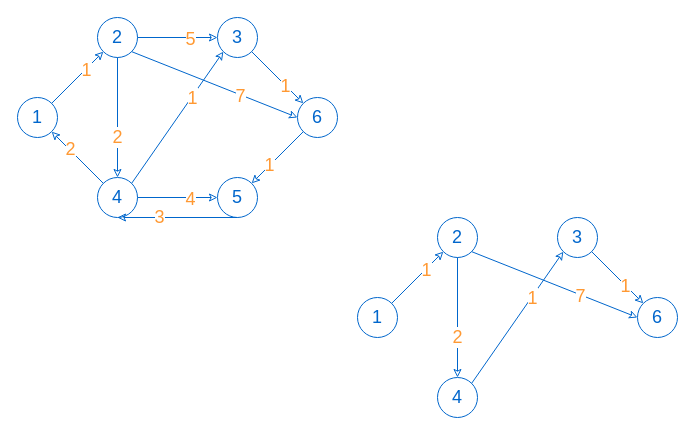
This is pictures/dijkstra.drawio from vtchitruong/vtchitruong.github.io, a draw.io file, before an edit. Source tidied: cells renumbered, new cells numbered last; positions are measured from the earlier drawing's top-left corner, leaving out a move shared by most shapes. Both pictures are drawn from the tidied source at 100%, with x=0, y=0 at pixel (17, 17).
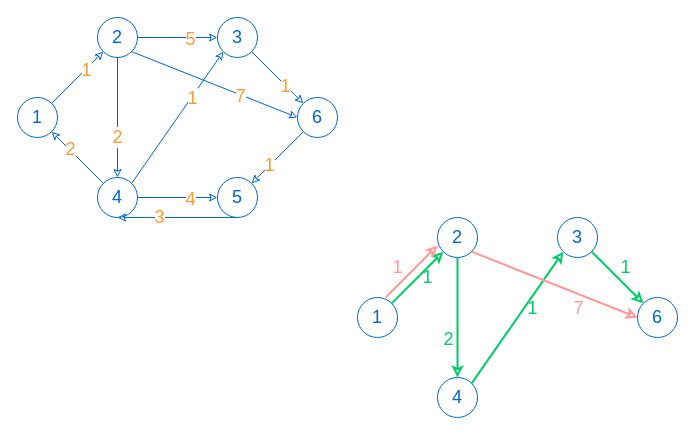
The same diagram, later.

Unchanged cells that the change refers to:
```xml
<mxCell id="28" value="1" style="ellipse;whiteSpace=wrap;html=1;fillColor=none;fontSize=18;fontFamily=Segoe UI Variable Display;fontColor=#0066CC;strokeColor=#0066CC;" parent="1" vertex="1">
  <mxGeometry x="340" y="280" width="40" height="40" as="geometry" />
</mxCell>
<mxCell id="29" value="2" style="ellipse;whiteSpace=wrap;html=1;fillColor=none;fontSize=18;fontFamily=Segoe UI Variable Display;fontColor=#0066CC;strokeColor=#0066CC;" parent="1" vertex="1">
  <mxGeometry x="420" y="200" width="40" height="40" as="geometry" />
</mxCell>
<mxCell id="30" value="3" style="ellipse;whiteSpace=wrap;html=1;fillColor=none;fontSize=18;fontFamily=Segoe UI Variable Display;fontColor=#0066CC;strokeColor=#0066CC;" parent="1" vertex="1">
  <mxGeometry x="540" y="200" width="40" height="40" as="geometry" />
</mxCell>
<mxCell id="31" value="6" style="ellipse;whiteSpace=wrap;html=1;fillColor=none;fontSize=18;fontFamily=Segoe UI Variable Display;fontColor=#0066CC;strokeColor=#0066CC;" parent="1" vertex="1">
  <mxGeometry x="620" y="280" width="40" height="40" as="geometry" />
</mxCell>
<mxCell id="32" value="4" style="ellipse;whiteSpace=wrap;html=1;fillColor=none;fontSize=18;fontFamily=Segoe UI Variable Display;fontColor=#0066CC;strokeColor=#0066CC;" parent="1" vertex="1">
  <mxGeometry x="420" y="360" width="40" height="40" as="geometry" />
</mxCell>
```

What changed in the source:
```diff
@@
-    <mxCell id="33" style="endArrow=classic;html=1;fontFamily=Segoe UI Variable Display;fontSize=18;fontColor=#0066CC;rounded=0;strokeColor=#0066CC;endFill=0;exitX=1;exitY=0;exitDx=0;exitDy=0;entryX=0;entryY=1;entryDx=0;entryDy=0;" parent="1" edge="1" source="28" target="29">
+    <mxCell id="33" style="endArrow=classic;html=1;fontFamily=Segoe UI Variable Display;fontSize=18;fontColor=#0066CC;rounded=0;strokeColor=#00CC66;endFill=0;exitX=1;exitY=0;exitDx=0;exitDy=0;entryX=0;entryY=1;entryDx=0;entryDy=0;strokeWidth=2;" parent="1" edge="1" source="28" target="29">
       <mxGeometry relative="1" as="geometry" />
     </mxCell>
-    <mxCell id="34" value="1" style="edgeLabel;html=1;align=center;verticalAlign=middle;fontSize=18;fontFamily=Segoe UI Variable Display;fontColor=#FF9933;" parent="33" vertex="1">
-      <mxGeometry x="0.31" y="-1" relative="1" as="geometry" />
+    <mxCell id="34" value="1" style="edgeLabel;html=1;align=center;verticalAlign=middle;fontSize=18;fontFamily=Segoe UI Variable Display;fontColor=#00CC66;labelBackgroundColor=none;" parent="33" vertex="1">
+      <mxGeometry x="0.31" y="-1" relative="1" as="geometry">
+        <mxPoint x="1" y="7" as="offset" />
+      </mxGeometry>
     </mxCell>
-    <mxCell id="35" style="endArrow=classic;html=1;fontFamily=Segoe UI Variable Display;fontSize=18;fontColor=#0066CC;rounded=0;strokeColor=#0066CC;endFill=0;exitX=0.5;exitY=1;exitDx=0;exitDy=0;" parent="1" edge="1" source="29" target="32">
+    <mxCell id="35" style="endArrow=classic;html=1;fontFamily=Segoe UI Variable Display;fontSize=18;fontColor=#0066CC;rounded=0;strokeColor=#00CC66;endFill=0;exitX=0.5;exitY=1;exitDx=0;exitDy=0;strokeWidth=2;" parent="1" edge="1" source="29" target="32">
       <mxGeometry relative="1" as="geometry" />
     </mxCell>
-    <mxCell id="36" value="2" style="edgeLabel;html=1;align=center;verticalAlign=middle;fontSize=18;fontFamily=Segoe UI Variable Display;fontColor=#FF9933;" parent="35" vertex="1">
-      <mxGeometry x="0.31" y="-1" relative="1" as="geometry" />
+    <mxCell id="36" value="2" style="edgeLabel;html=1;align=center;verticalAlign=middle;fontSize=18;fontFamily=Segoe UI Variable Display;fontColor=#00CC66;labelBackgroundColor=none;" parent="35" vertex="1">
+      <mxGeometry x="0.31" y="-1" relative="1" as="geometry">
+        <mxPoint x="-9" y="2" as="offset" />
+      </mxGeometry>
     </mxCell>
-    <mxCell id="37" style="endArrow=classic;html=1;fontFamily=Segoe UI Variable Display;fontSize=18;fontColor=#0066CC;rounded=0;strokeColor=#0066CC;endFill=0;exitX=1;exitY=0;exitDx=0;exitDy=0;entryX=0;entryY=1;entryDx=0;entryDy=0;" parent="1" edge="1" source="32" target="30">
+    <mxCell id="37" style="endArrow=classic;html=1;fontFamily=Segoe UI Variable Display;fontSize=18;fontColor=#0066CC;rounded=0;strokeColor=#00CC66;endFill=0;exitX=1;exitY=0;exitDx=0;exitDy=0;entryX=0;entryY=1;entryDx=0;entryDy=0;strokeWidth=2;" parent="1" edge="1" source="32" target="30">
       <mxGeometry relative="1" as="geometry" />
     </mxCell>
-    <mxCell id="38" value="1" style="edgeLabel;html=1;align=center;verticalAlign=middle;fontSize=18;fontFamily=Segoe UI Variable Display;fontColor=#FF9933;" parent="37" vertex="1">
-      <mxGeometry x="0.31" y="-1" relative="1" as="geometry" />
+    <mxCell id="38" value="1" style="edgeLabel;html=1;align=center;verticalAlign=middle;fontSize=18;fontFamily=Segoe UI Variable Display;fontColor=#00CC66;labelBackgroundColor=none;" parent="37" vertex="1">
+      <mxGeometry x="0.31" y="-1" relative="1" as="geometry">
+        <mxPoint y="10" as="offset" />
+      </mxGeometry>
     </mxCell>
-    <mxCell id="39" style="endArrow=classic;html=1;fontFamily=Segoe UI Variable Display;fontSize=18;fontColor=#0066CC;rounded=0;strokeColor=#0066CC;endFill=0;exitX=1;exitY=1;exitDx=0;exitDy=0;entryX=0;entryY=0.5;entryDx=0;entryDy=0;" parent="1" edge="1" source="29" target="31">
+    <mxCell id="39" style="endArrow=classic;html=1;fontFamily=Segoe UI Variable Display;fontSize=18;fontColor=#0066CC;rounded=0;strokeColor=#FF9999;endFill=0;exitX=1;exitY=1;exitDx=0;exitDy=0;entryX=0;entryY=0.5;entryDx=0;entryDy=0;strokeWidth=2;" parent="1" edge="1" source="29" target="31">
       <mxGeometry relative="1" as="geometry" />
     </mxCell>
-    <mxCell id="40" value="7" style="edgeLabel;html=1;align=center;verticalAlign=middle;fontSize=18;fontFamily=Segoe UI Variable Display;fontColor=#FF9933;" parent="39" vertex="1">
-      <mxGeometry x="0.31" y="-1" relative="1" as="geometry" />
+    <mxCell id="40" value="7" style="edgeLabel;html=1;align=center;verticalAlign=middle;fontSize=18;fontFamily=Segoe UI Variable Display;fontColor=#FF9999;labelBackgroundColor=none;" parent="39" vertex="1">
+      <mxGeometry x="0.31" y="-1" relative="1" as="geometry">
+        <mxPoint x="-2" y="12" as="offset" />
+      </mxGeometry>
     </mxCell>
-    <mxCell id="41" style="endArrow=classic;html=1;fontFamily=Segoe UI Variable Display;fontSize=18;fontColor=#0066CC;rounded=0;strokeColor=#0066CC;endFill=0;exitX=1;exitY=1;exitDx=0;exitDy=0;entryX=0;entryY=0;entryDx=0;entryDy=0;" parent="1" edge="1" source="30" target="31">
+    <mxCell id="41" style="endArrow=classic;html=1;fontFamily=Segoe UI Variable Display;fontSize=18;fontColor=#0066CC;rounded=0;strokeColor=#00CC66;endFill=0;exitX=1;exitY=1;exitDx=0;exitDy=0;entryX=0;entryY=0;entryDx=0;entryDy=0;strokeWidth=2;" parent="1" edge="1" source="30" target="31">
       <mxGeometry relative="1" as="geometry" />
     </mxCell>
-    <mxCell id="42" value="1" style="edgeLabel;html=1;align=center;verticalAlign=middle;fontSize=18;fontFamily=Segoe UI Variable Display;fontColor=#FF9933;" parent="41" vertex="1">
-      <mxGeometry x="0.31" y="-1" relative="1" as="geometry" />
+    <mxCell id="42" value="1" style="edgeLabel;html=1;align=center;verticalAlign=middle;fontSize=18;fontFamily=Segoe UI Variable Display;fontColor=#00CC66;labelBackgroundColor=none;" parent="41" vertex="1">
+      <mxGeometry x="0.31" y="-1" relative="1" as="geometry">
+        <mxPoint y="-19" as="offset" />
+      </mxGeometry>
     </mxCell>
+    <mxCell id="43" style="endArrow=classic;html=1;fontFamily=Segoe UI Variable Display;fontSize=18;fontColor=#0066CC;rounded=0;strokeColor=#FF9999;endFill=0;exitX=1;exitY=0;exitDx=0;exitDy=0;entryX=0;entryY=1;entryDx=0;entryDy=0;strokeWidth=2;" parent="1" edge="1">
+      <mxGeometry relative="1" as="geometry">
+        <mxPoint x="368" y="280" as="sourcePoint" />
+        <mxPoint x="420" y="228" as="targetPoint" />
+      </mxGeometry>
+    </mxCell>
+    <mxCell id="44" value="1" style="edgeLabel;html=1;align=center;verticalAlign=middle;fontSize=18;fontFamily=Segoe UI Variable Display;fontColor=#FF9999;labelBackgroundColor=none;" parent="43" vertex="1">
+      <mxGeometry x="0.31" y="-1" relative="1" as="geometry">
+        <mxPoint x="-23" y="3" as="offset" />
+      </mxGeometry>
+    </mxCell>
```
